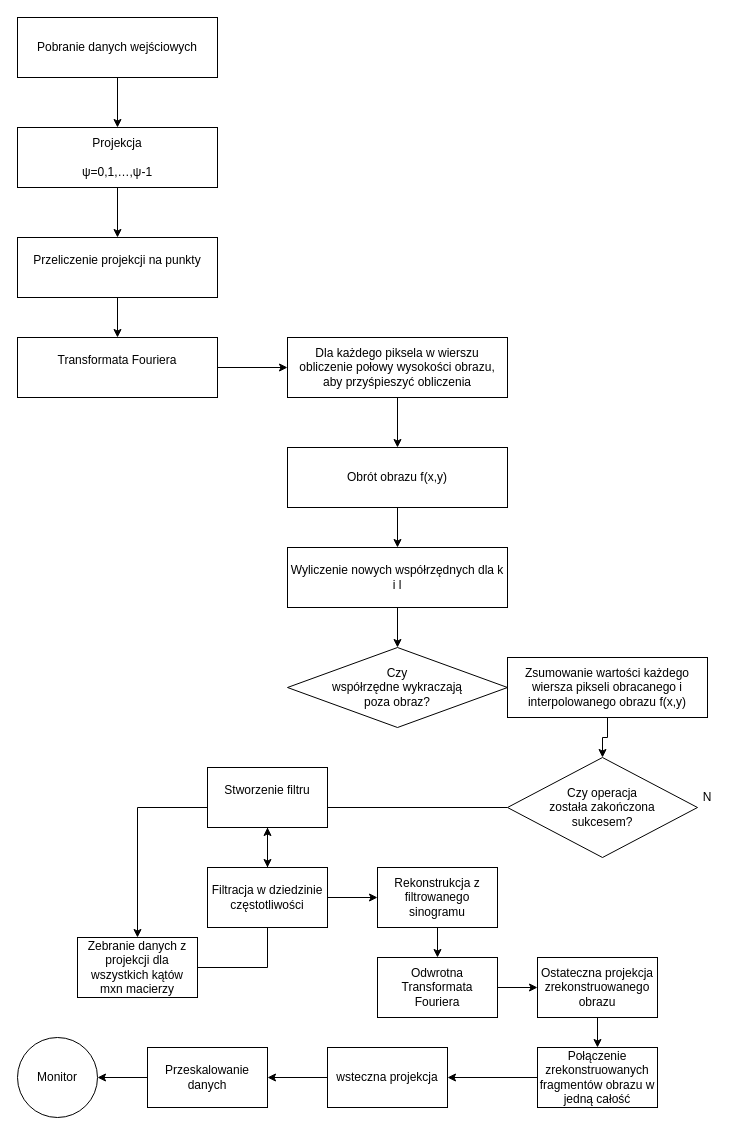
Above: img/Diagram.drawio in effype/shepp-logan-phantom (draw.io), before the change. Source tidied: cells renumbered, new cells numbered last; positions are measured from the earlier drawing's top-left corner, leaving out a move shared by most shapes. Both pictures are drawn from the tidied source at 100%, with x=0, y=0 at pixel (17, 17).
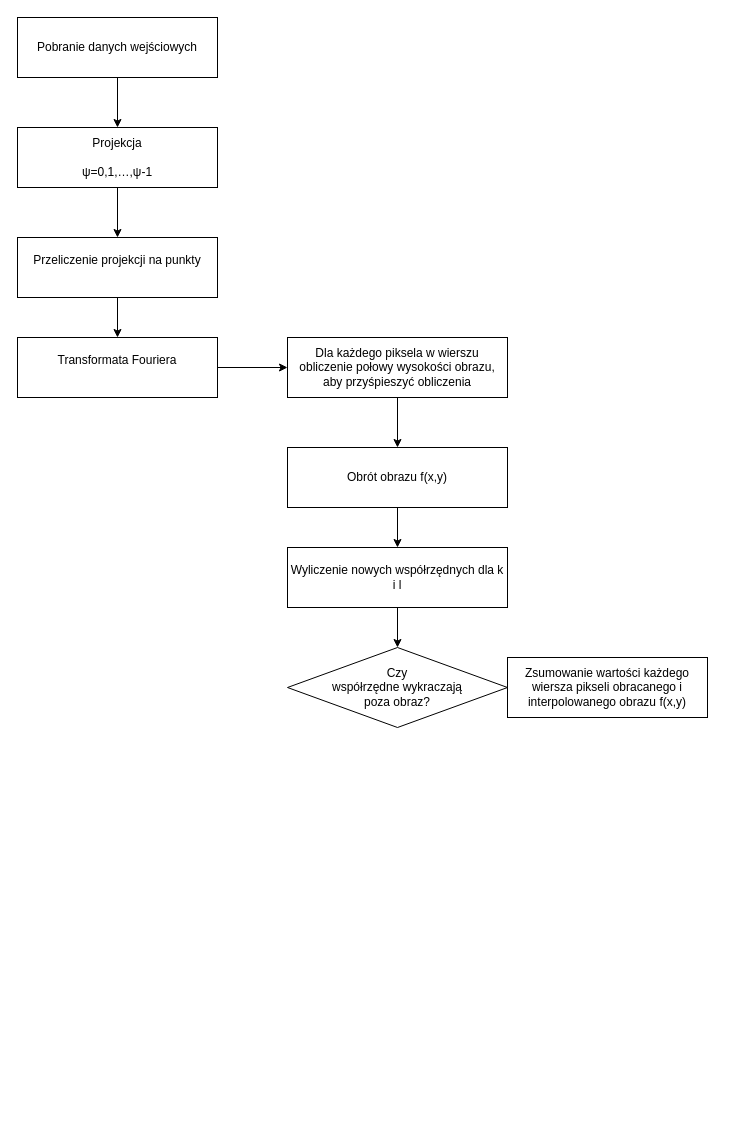
The same page after the edit.

Unchanged cells that the change refers to:
```xml
<mxCell id="13" value="Zsumowanie wartości każdego wiersza pikseli obracanego i interpolowanego obrazu f(x,y)" style="rounded=0;whiteSpace=wrap;html=1;" parent="1" vertex="1">
  <mxGeometry x="490" y="640" width="200" height="60" as="geometry" />
</mxCell>
```

What changed in the source:
```diff
@@
-    <mxCell id="12" style="edgeStyle=orthogonalEdgeStyle;rounded=0;jettySize=auto;html=1;" parent="1" edge="1" source="13" target="15">
-      <mxGeometry relative="1" as="geometry" />
-    </mxCell>
@@
-    <mxCell id="14" style="edgeStyle=orthogonalEdgeStyle;rounded=0;jettySize=auto;html=1;" parent="1" edge="1" source="15" target="18">
-      <mxGeometry relative="1" as="geometry" />
-    </mxCell>
-    <mxCell id="15" value="&lt;div&gt;Czy operacja &lt;br&gt;&lt;/div&gt;&lt;div&gt;została zakończona &lt;br&gt;&lt;/div&gt;&lt;div&gt;sukcesem?&lt;/div&gt;" style="rhombus;whiteSpace=wrap;html=1;" parent="1" vertex="1">
-      <mxGeometry x="490" y="740" width="190" height="100" as="geometry" />
-    </mxCell>
-    <mxCell id="16" value="N" style="text;html=1;strokeColor=none;fillColor=none;align=center;verticalAlign=middle;whiteSpace=wrap;rounded=0;" parent="1" vertex="1">
-      <mxGeometry x="670" y="770" width="40" height="20" as="geometry" />
-    </mxCell>
-    <mxCell id="17" style="edgeStyle=orthogonalEdgeStyle;rounded=0;jettySize=auto;html=1;" parent="1" edge="1" source="18" target="20">
-      <mxGeometry relative="1" as="geometry" />
-    </mxCell>
-    <mxCell id="18" value="Zebranie danych z projekcji dla wszystkich kątów mxn macierzy" style="rounded=0;whiteSpace=wrap;html=1;" parent="1" vertex="1">
-      <mxGeometry x="60" y="920" width="120" height="60" as="geometry" />
-    </mxCell>
-    <mxCell id="19" style="edgeStyle=orthogonalEdgeStyle;rounded=0;jettySize=auto;html=1;" parent="1" edge="1" source="20" target="22">
-      <mxGeometry relative="1" as="geometry" />
-    </mxCell>
-    <mxCell id="20" value="&lt;div&gt;Stworzenie filtru &lt;br&gt;&lt;/div&gt;&lt;div&gt;&lt;br&gt;&lt;/div&gt;" style="rounded=0;whiteSpace=wrap;html=1;" parent="1" vertex="1">
-      <mxGeometry x="190" y="750" width="120" height="60" as="geometry" />
-    </mxCell>
-    <mxCell id="21" style="edgeStyle=orthogonalEdgeStyle;rounded=0;jettySize=auto;html=1;" parent="1" edge="1" source="22" target="24">
-      <mxGeometry relative="1" as="geometry" />
-    </mxCell>
-    <mxCell id="22" value="Filtracja w dziedzinie częstotliwości" style="rounded=0;whiteSpace=wrap;html=1;" parent="1" vertex="1">
-      <mxGeometry x="190" y="850" width="120" height="60" as="geometry" />
-    </mxCell>
-    <mxCell id="23" style="edgeStyle=orthogonalEdgeStyle;rounded=0;jettySize=auto;html=1;" parent="1" edge="1" source="24" target="26">
-      <mxGeometry relative="1" as="geometry" />
-    </mxCell>
-    <mxCell id="24" value="Rekonstrukcja z filtrowanego sinogramu" style="rounded=0;whiteSpace=wrap;html=1;" parent="1" vertex="1">
-      <mxGeometry x="360" y="850" width="120" height="60" as="geometry" />
-    </mxCell>
-    <mxCell id="25" style="edgeStyle=orthogonalEdgeStyle;rounded=0;jettySize=auto;html=1;" parent="1" edge="1" source="26" target="28">
-      <mxGeometry relative="1" as="geometry" />
-    </mxCell>
-    <mxCell id="26" value="Odwrotna Transformata Fouriera" style="rounded=0;whiteSpace=wrap;html=1;" parent="1" vertex="1">
-      <mxGeometry x="360" y="940" width="120" height="60" as="geometry" />
-    </mxCell>
-    <mxCell id="27" style="edgeStyle=orthogonalEdgeStyle;rounded=0;jettySize=auto;html=1;" parent="1" edge="1" source="28" target="30">
-      <mxGeometry relative="1" as="geometry" />
-    </mxCell>
-    <mxCell id="28" value="Ostateczna projekcja zrekonstruowanego obrazu" style="rounded=0;whiteSpace=wrap;html=1;" parent="1" vertex="1">
-      <mxGeometry x="520" y="940" width="120" height="60" as="geometry" />
-    </mxCell>
-    <mxCell id="29" style="edgeStyle=orthogonalEdgeStyle;rounded=0;jettySize=auto;html=1;" parent="1" edge="1" source="30" target="32">
-      <mxGeometry relative="1" as="geometry" />
-    </mxCell>
-    <mxCell id="30" value="Połączenie zrekonstruowanych fragmentów obrazu w jedną całość" style="rounded=0;whiteSpace=wrap;html=1;" parent="1" vertex="1">
-      <mxGeometry x="520" y="1030" width="120" height="60" as="geometry" />
-    </mxCell>
-    <mxCell id="31" style="edgeStyle=orthogonalEdgeStyle;rounded=0;jettySize=auto;html=1;" parent="1" edge="1" source="32" target="35">
-      <mxGeometry relative="1" as="geometry" />
-    </mxCell>
-    <mxCell id="32" value="wsteczna projekcja" style="rounded=0;whiteSpace=wrap;html=1;" parent="1" vertex="1">
-      <mxGeometry x="310" y="1030" width="120" height="60" as="geometry" />
-    </mxCell>
-    <mxCell id="33" value="&lt;div&gt;Monitor&lt;/div&gt;" style="ellipse;whiteSpace=wrap;html=1;" parent="1" vertex="1">
-      <mxGeometry y="1020" width="80" height="80" as="geometry" />
-    </mxCell>
-    <mxCell id="34" style="edgeStyle=orthogonalEdgeStyle;rounded=0;jettySize=auto;html=1;" parent="1" edge="1" source="35" target="33">
-      <mxGeometry relative="1" as="geometry" />
-    </mxCell>
-    <mxCell id="35" value="Przeskalowanie danych" style="rounded=0;whiteSpace=wrap;html=1;" parent="1" vertex="1">
-      <mxGeometry x="130" y="1030" width="120" height="60" as="geometry" />
-    </mxCell>
```
